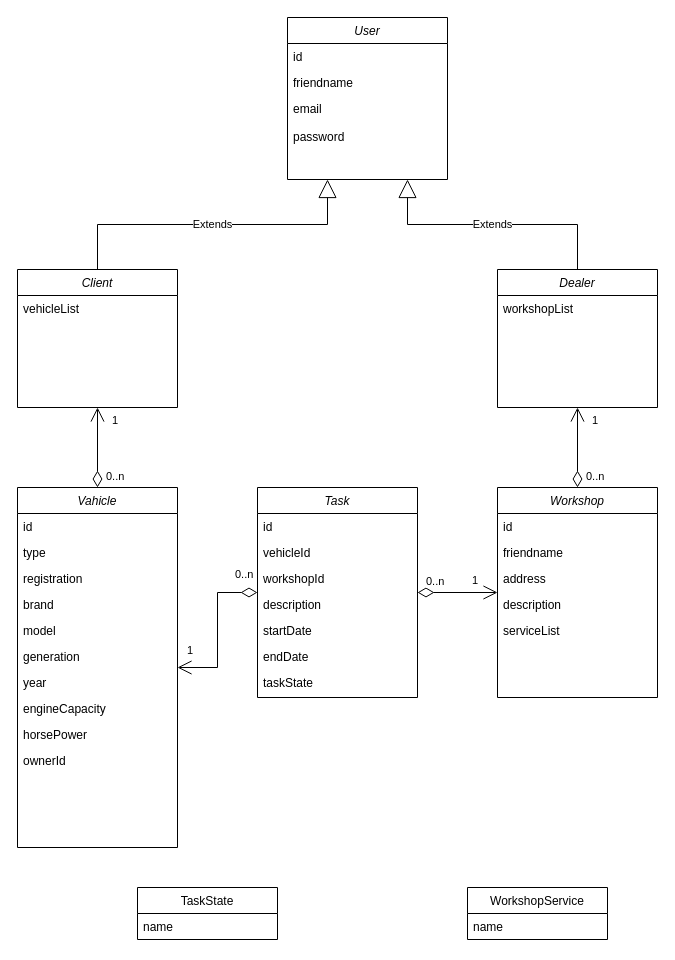
enzoLorenzo/vehicle-manager keeps this draw.io diagram as diagram.drawio. Above is the earlier version. Source tidied: cells renumbered, new cells numbered last; positions are measured from the earlier drawing's top-left corner, leaving out a move shared by most shapes. Both pictures are drawn from the tidied source at 100%, with x=0, y=0 at pixel (17, 17).
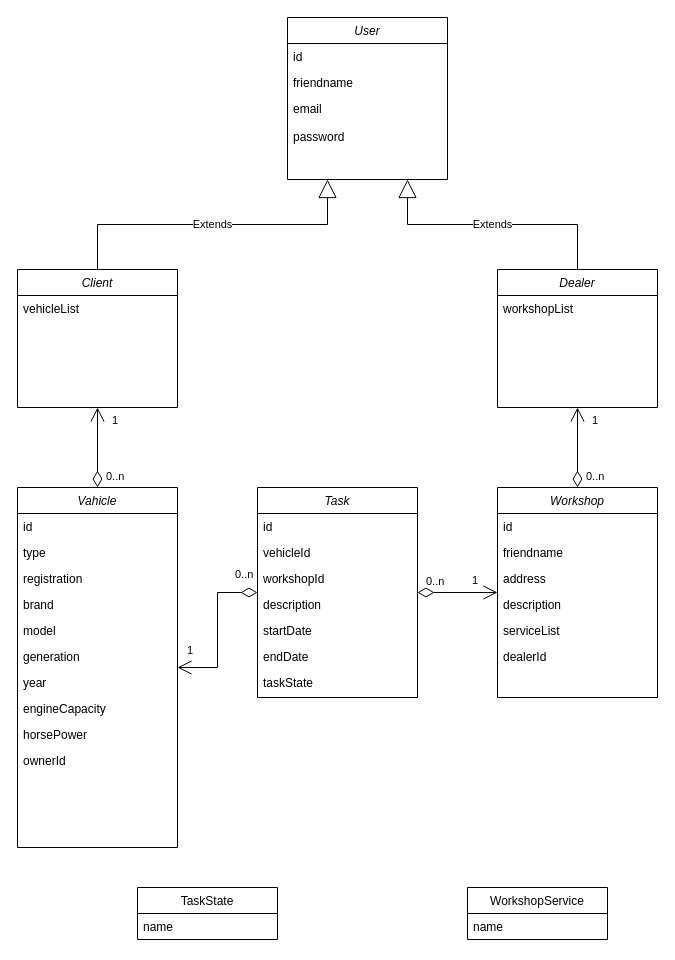
Above is the later version.

Unchanged cells that the change refers to:
```xml
<mxCell id="23" value="Workshop" style="swimlane;fontStyle=2;align=center;verticalAlign=top;horizontal=1;startSize=26;rounded=0;shadow=0;strokeWidth=1;" parent="1" vertex="1">
  <mxGeometry x="480" y="470" width="160" height="210" as="geometry" />
</mxCell>
```

Diff of the diagram source:
```diff
@@
+    <mxCell id="54" value="dealerId" style="text;align=left;verticalAlign=top;spacingLeft=4;spacingRight=4;overflow=hidden;" parent="23" vertex="1">
+      <mxGeometry y="156" width="160" height="26" as="geometry" />
+    </mxCell>
```
